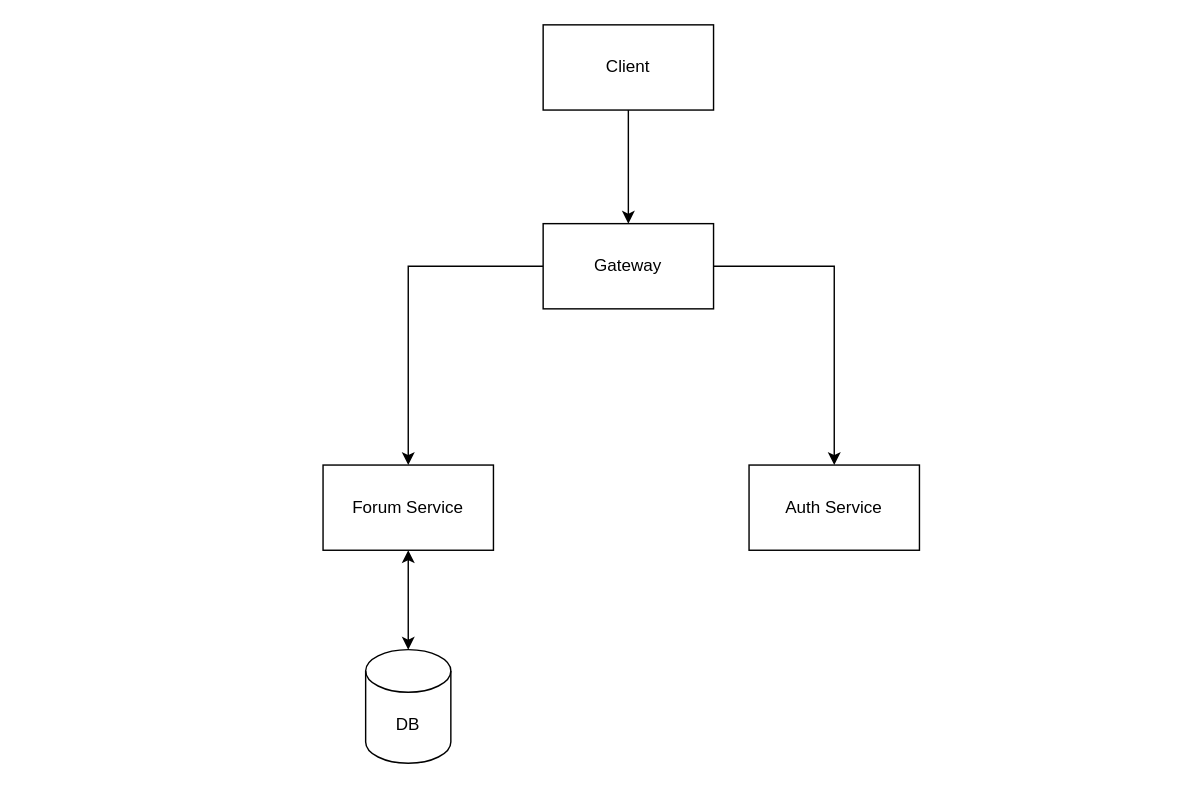
Before: System Architecture.drawio in Kevin-Shen-and-Cipher/course-forum-presentation, a draw.io diagram. Source tidied: cells renumbered, new cells numbered last; positions are measured from the earlier drawing's top-left corner, leaving out a move shared by most shapes. Both pictures are drawn from the tidied source at 142%, with x=0, y=0 at pixel (322, 24).
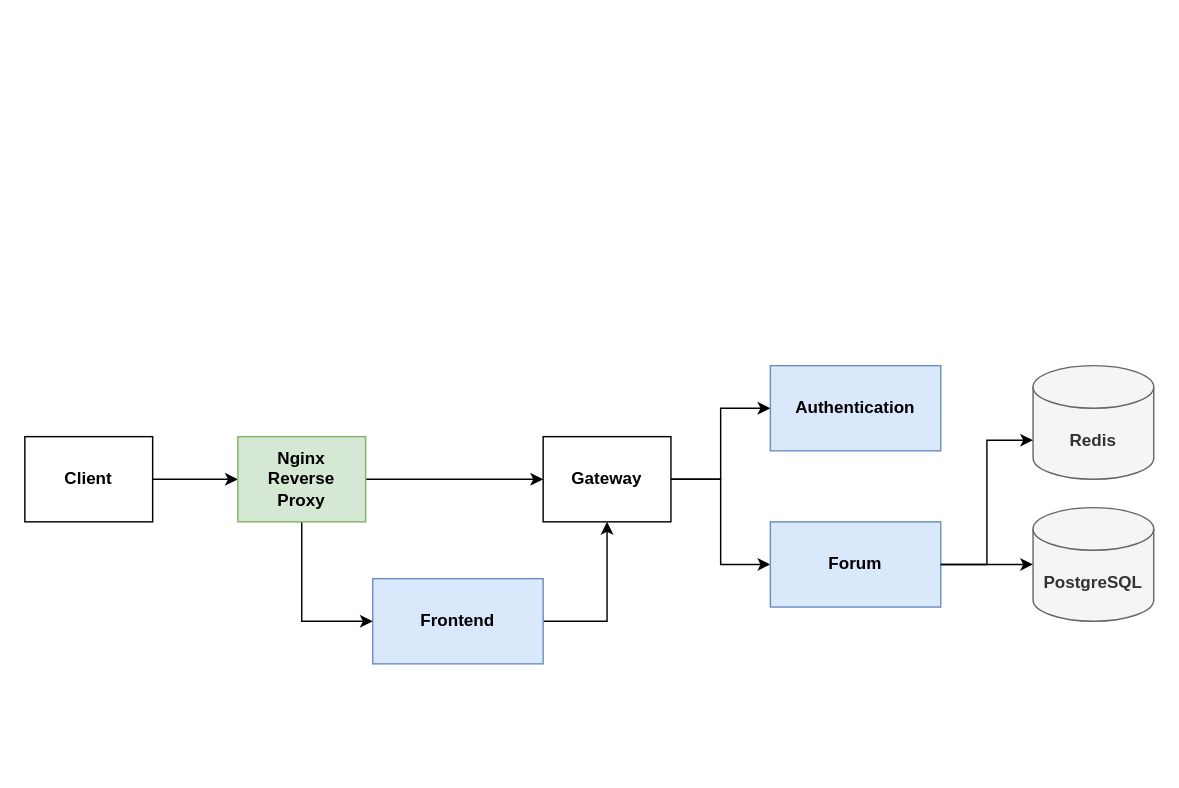
After the change.

Commit message (it also covers changes not shown here):
update system architecture image

The edit, as a diff of the source:
```diff
@@
 <mxGraphModel>
   <root>
     <mxCell id="0" />
     <mxCell id="1" parent="0" />
-    <mxCell id="2" style="edgeStyle=orthogonalEdgeStyle;rounded=0;jettySize=auto;html=1;entryX=0.5;entryY=0;entryDx=0;entryDy=0;" parent="1" edge="1" source="3" target="6">
-      <mxGeometry relative="1" as="geometry" />
-    </mxCell>
+    <mxCell id="11" style="edgeStyle=orthogonalEdgeStyle;rounded=0;jettySize=auto;html=1;" parent="1" edge="1" source="3" target="14">
+      <mxGeometry relative="1" as="geometry" />
+    </mxCell>
-    <mxCell id="3" value="Client" style="rounded=0;whiteSpace=wrap;html=1;" parent="1" vertex="1">
-      <mxGeometry x="155" width="120" height="60" as="geometry" />
+    <mxCell id="3" value="Client" style="rounded=0;whiteSpace=wrap;html=1;fontStyle=1;" parent="1" vertex="1">
+      <mxGeometry x="-210" y="290" width="90" height="60" as="geometry" />
     </mxCell>
+    <mxCell id="5" style="edgeStyle=orthogonalEdgeStyle;rounded=0;jettySize=auto;html=1;fontStyle=1;" parent="1" edge="1" source="6" target="9">
+      <mxGeometry relative="1" as="geometry" />
+    </mxCell>
-    <mxCell id="4" style="edgeStyle=orthogonalEdgeStyle;rounded=0;jettySize=auto;html=1;" parent="1" edge="1" source="6" target="7">
+    <mxCell id="4" style="edgeStyle=orthogonalEdgeStyle;rounded=0;jettySize=auto;html=1;fontStyle=1;" parent="1" edge="1" source="6" target="7">
       <mxGeometry relative="1" as="geometry" />
     </mxCell>
-    <mxCell id="5" style="edgeStyle=orthogonalEdgeStyle;rounded=0;jettySize=auto;html=1;startArrow=none;startFill=0;" parent="1" edge="1" source="6" target="9">
-      <mxGeometry relative="1" as="geometry" />
-    </mxCell>
-    <mxCell id="6" value="Gateway" style="rounded=0;whiteSpace=wrap;html=1;" parent="1" vertex="1">
-      <mxGeometry x="155" y="140" width="120" height="60" as="geometry" />
+    <mxCell id="6" value="Gateway" style="rounded=0;whiteSpace=wrap;html=1;fontStyle=1;" parent="1" vertex="1">
+      <mxGeometry x="155" y="290" width="90" height="60" as="geometry" />
     </mxCell>
-    <mxCell id="7" value="Auth Service" style="rounded=0;whiteSpace=wrap;html=1;" parent="1" vertex="1">
-      <mxGeometry x="300" y="310" width="120" height="60" as="geometry" />
+    <mxCell id="7" value="Authentication" style="rounded=0;whiteSpace=wrap;html=1;fontStyle=1;fillColor=#dae8fc;strokeColor=#6c8ebf;" parent="1" vertex="1">
+      <mxGeometry x="315" y="240" width="120" height="60" as="geometry" />
     </mxCell>
-    <mxCell id="8" style="edgeStyle=orthogonalEdgeStyle;rounded=0;jettySize=auto;html=1;startArrow=classic;startFill=1;" parent="1" edge="1" source="9" target="10">
-      <mxGeometry relative="1" as="geometry" />
-    </mxCell>
-    <mxCell id="9" value="Forum Service" style="rounded=0;whiteSpace=wrap;html=1;" parent="1" vertex="1">
-      <mxGeometry y="310" width="120" height="60" as="geometry" />
+    <mxCell id="9" value="Forum" style="rounded=0;whiteSpace=wrap;html=1;fontStyle=1;fillColor=#dae8fc;strokeColor=#6c8ebf;" parent="1" vertex="1">
+      <mxGeometry x="315" y="350" width="120" height="60" as="geometry" />
     </mxCell>
-    <mxCell id="10" value="DB" style="shape=cylinder3;whiteSpace=wrap;html=1;boundedLbl=1;backgroundOutline=1;size=15;" parent="1" vertex="1">
-      <mxGeometry x="30" y="440" width="60" height="80" as="geometry" />
+    <mxCell id="10" value="PostgreSQL" style="shape=cylinder3;whiteSpace=wrap;html=1;boundedLbl=1;backgroundOutline=1;size=15;fontStyle=1;fillColor=#f5f5f5;fontColor=#333333;strokeColor=#666666;" parent="1" vertex="1">
+      <mxGeometry x="500" y="340" width="85" height="80" as="geometry" />
     </mxCell>
+    <mxCell id="12" style="edgeStyle=orthogonalEdgeStyle;rounded=0;jettySize=auto;html=1;" parent="1" edge="1" source="14" target="6">
+      <mxGeometry relative="1" as="geometry" />
+    </mxCell>
+    <mxCell id="13" style="edgeStyle=orthogonalEdgeStyle;rounded=0;jettySize=auto;html=1;entryX=0;entryY=0.5;entryDx=0;entryDy=0;exitX=0.5;exitY=1;exitDx=0;exitDy=0;" parent="1" edge="1" source="14" target="18">
+      <mxGeometry relative="1" as="geometry" />
+    </mxCell>
+    <mxCell id="14" value="Nginx&lt;br&gt;Reverse&lt;br&gt;Proxy" style="rounded=0;whiteSpace=wrap;html=1;fontStyle=1;fillColor=#d5e8d4;strokeColor=#82b366;" parent="1" vertex="1">
+      <mxGeometry x="-60" y="290" width="90" height="60" as="geometry" />
+    </mxCell>
+    <mxCell id="15" value="Redis" style="shape=cylinder3;whiteSpace=wrap;html=1;boundedLbl=1;backgroundOutline=1;size=15;fontStyle=1;fillColor=#f5f5f5;fontColor=#333333;strokeColor=#666666;" parent="1" vertex="1">
+      <mxGeometry x="500" y="240" width="85" height="80" as="geometry" />
+    </mxCell>
+    <mxCell id="8" style="edgeStyle=orthogonalEdgeStyle;rounded=0;jettySize=auto;html=1;entryX=0;entryY=0.5;entryDx=0;entryDy=0;entryPerimeter=0;" parent="1" edge="1" source="9" target="10">
+      <mxGeometry relative="1" as="geometry" />
+    </mxCell>
+    <mxCell id="16" style="edgeStyle=orthogonalEdgeStyle;rounded=0;jettySize=auto;html=1;entryX=0;entryY=0;entryDx=0;entryDy=52.5;entryPerimeter=0;" parent="1" edge="1" source="9" target="15">
+      <mxGeometry relative="1" as="geometry" />
+    </mxCell>
+    <mxCell id="17" style="edgeStyle=orthogonalEdgeStyle;rounded=0;jettySize=auto;html=1;entryX=0.5;entryY=1;entryDx=0;entryDy=0;exitX=1;exitY=0.5;exitDx=0;exitDy=0;" parent="1" edge="1" source="18" target="6">
+      <mxGeometry relative="1" as="geometry" />
+    </mxCell>
+    <mxCell id="18" value="Frontend" style="rounded=0;whiteSpace=wrap;html=1;fontStyle=1;fillColor=#dae8fc;strokeColor=#6c8ebf;" parent="1" vertex="1">
+      <mxGeometry x="35" y="390" width="120" height="60" as="geometry" />
+    </mxCell>
   </root>
 </mxGraphModel>
```
